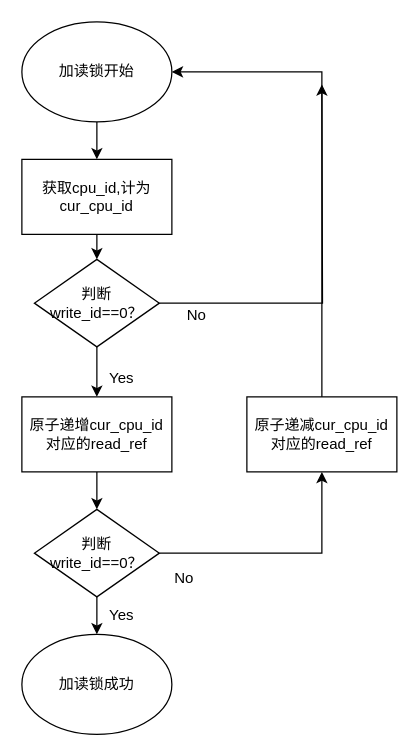
The draw.io diagram read_lock.drawio in huafengxi/draw, before the edit. Source tidied: cells renumbered, new cells numbered last; positions are measured from the earlier drawing's top-left corner, leaving out a move shared by most shapes. Both pictures are drawn from the tidied source at 125%, with x=0, y=0 at pixel (21, 21).
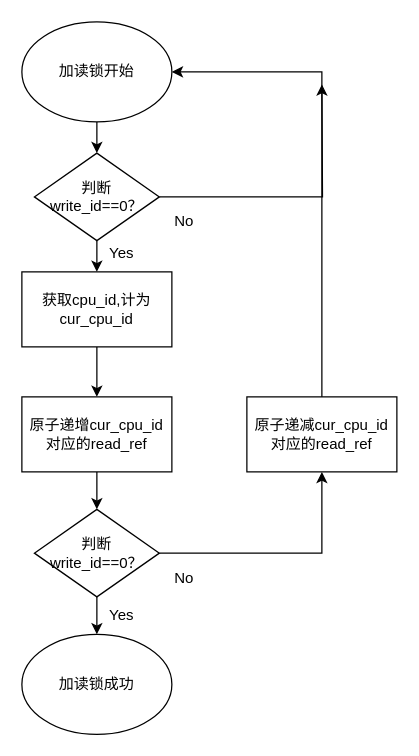
Above is the later version.

Unchanged cells that the change refers to:
```xml
<mxCell id="3" value="加读锁开始" style="ellipse;whiteSpace=wrap;html=1;" parent="1" vertex="1">
  <mxGeometry width="120" height="80" as="geometry" />
</mxCell>
<mxCell id="11" value="原子递增cur_cpu_id对应的read_ref" style="rounded=0;whiteSpace=wrap;html=1;" parent="1" vertex="1">
  <mxGeometry y="300" width="120" height="60" as="geometry" />
</mxCell>
```

Change to the diagram source:
```diff
@@
-    <mxCell id="2" style="edgeStyle=orthogonalEdgeStyle;rounded=0;jettySize=auto;html=1;exitX=0.5;exitY=1;exitDx=0;exitDy=0;entryX=0.5;entryY=0;entryDx=0;entryDy=0;" parent="1" edge="1" source="3" target="5">
-      <mxGeometry relative="1" as="geometry" />
-    </mxCell>
+    <mxCell id="21" style="edgeStyle=orthogonalEdgeStyle;rounded=0;jettySize=auto;html=1;entryX=0.5;entryY=0;entryDx=0;entryDy=0;" parent="1" edge="1" source="3" target="8">
+      <mxGeometry relative="1" as="geometry" />
+    </mxCell>
@@
-    <mxCell id="4" style="edgeStyle=orthogonalEdgeStyle;rounded=0;jettySize=auto;html=1;exitX=0.5;exitY=1;exitDx=0;exitDy=0;entryX=0.5;entryY=0;entryDx=0;entryDy=0;" parent="1" edge="1" source="5" target="8">
-      <mxGeometry relative="1" as="geometry" />
-    </mxCell>
+    <mxCell id="22" style="edgeStyle=orthogonalEdgeStyle;rounded=0;jettySize=auto;html=1;" parent="1" edge="1" source="5" target="11">
+      <mxGeometry relative="1" as="geometry" />
+    </mxCell>
     <mxCell id="5" value="获取cpu_id,计为cur_cpu_id" style="rounded=0;whiteSpace=wrap;html=1;" parent="1" vertex="1">
-      <mxGeometry y="110" width="120" height="60" as="geometry" />
+      <mxGeometry y="200" width="120" height="60" as="geometry" />
     </mxCell>
-    <mxCell id="6" style="edgeStyle=orthogonalEdgeStyle;rounded=0;jettySize=auto;html=1;entryX=0.5;entryY=0;entryDx=0;entryDy=0;" parent="1" edge="1" source="8" target="11">
-      <mxGeometry relative="1" as="geometry" />
-    </mxCell>
@@
+    <mxCell id="23" style="edgeStyle=orthogonalEdgeStyle;rounded=0;jettySize=auto;html=1;entryX=0.5;entryY=0;entryDx=0;entryDy=0;" parent="1" edge="1" source="8" target="5">
+      <mxGeometry relative="1" as="geometry" />
+    </mxCell>
     <mxCell id="8" value="判断write_id==0？" style="rhombus;whiteSpace=wrap;html=1;" parent="1" vertex="1">
-      <mxGeometry x="10" y="190" width="100" height="70" as="geometry" />
+      <mxGeometry x="10" y="105" width="100" height="70" as="geometry" />
     </mxCell>
@@
     <mxCell id="17" value="No" style="text;html=1;align=center;verticalAlign=middle;whiteSpace=wrap;rounded=0;" parent="1" vertex="1">
-      <mxGeometry x="110" y="220" width="60" height="30" as="geometry" />
+      <mxGeometry x="100" y="145" width="60" height="30" as="geometry" />
     </mxCell>
     <mxCell id="18" value="Yes" style="text;html=1;align=center;verticalAlign=middle;whiteSpace=wrap;rounded=0;" parent="1" vertex="1">
-      <mxGeometry x="50" y="270" width="60" height="30" as="geometry" />
+      <mxGeometry x="50" y="170" width="60" height="30" as="geometry" />
     </mxCell>
```
